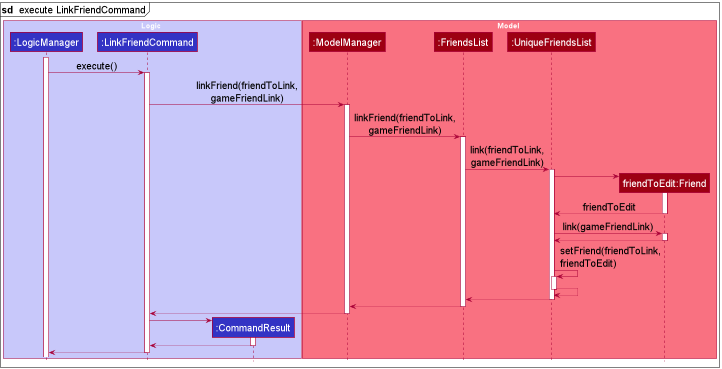
Above: docs/images/LinkSequenceDiagram2.png in nus-cs2103-AY2122S1/tp (PlantUML), before the change.
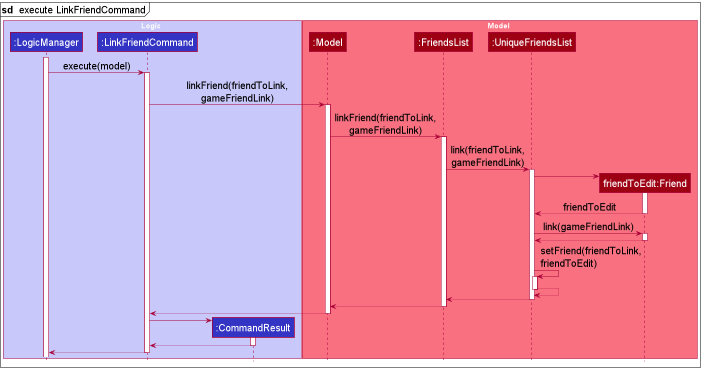
After the commit.

Commit message:
Update sequence diagrams

What changed in the source:
```diff
@@ -13,7 +13,7 @@
 end box
 
 box Model MODEL_COLOR_T1
-participant ":ModelManager" as ModelManager MODEL_COLOR
+participant ":Model" as Model MODEL_COLOR
 participant ":FriendsList" as FriendsList MODEL_COLOR
 participant ":UniqueFriendsList" as UniqueFriendsList MODEL_COLOR
 participant "friendToEdit:Friend" as Friend MODEL_COLOR
@@ -21,12 +21,12 @@
 
 activate LogicManager
 
-LogicManager -> LinkFriendCommand : execute()
+LogicManager -> LinkFriendCommand : execute(model)
 activate LinkFriendCommand
 
-LinkFriendCommand -> ModelManager : linkFriend(friendToLink, gameFriendLink)
-activate ModelManager
-ModelManager -> FriendsList : linkFriend(friendToLink, gameFriendLink)
+LinkFriendCommand -> Model : linkFriend(friendToLink, gameFriendLink)
+activate Model
+Model -> FriendsList : linkFriend(friendToLink, gameFriendLink)
 activate FriendsList
 FriendsList -> UniqueFriendsList : link(friendToLink, gameFriendLink)
 activate UniqueFriendsList
@@ -45,10 +45,10 @@
 deactivate UniqueFriendsList
 UniqueFriendsList --> FriendsList
 deactivate UniqueFriendsList
-FriendsList --> ModelManager
+FriendsList --> Model
 deactivate FriendsList
-ModelManager --> LinkFriendCommand
-deactivate ModelManager
+Model --> LinkFriendCommand
+deactivate Model
 
 create CommandResult
 LinkFriendCommand -> CommandResult
```
